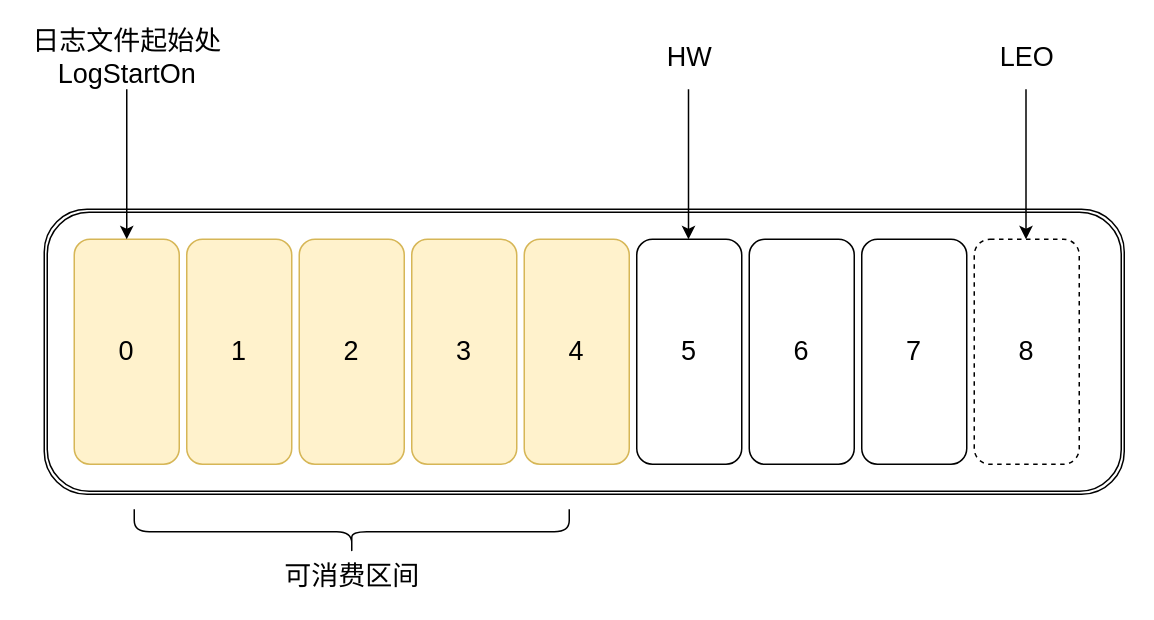
Earlier version of the draw.io diagram Kafka-partition1.drawio (gongshiyun/drawio). Source tidied: cells renumbered, new cells numbered last; positions are measured from the earlier drawing's top-left corner, leaving out a move shared by most shapes. Both pictures are drawn from the tidied source at 150%, with x=0, y=0 at pixel (26, 42).
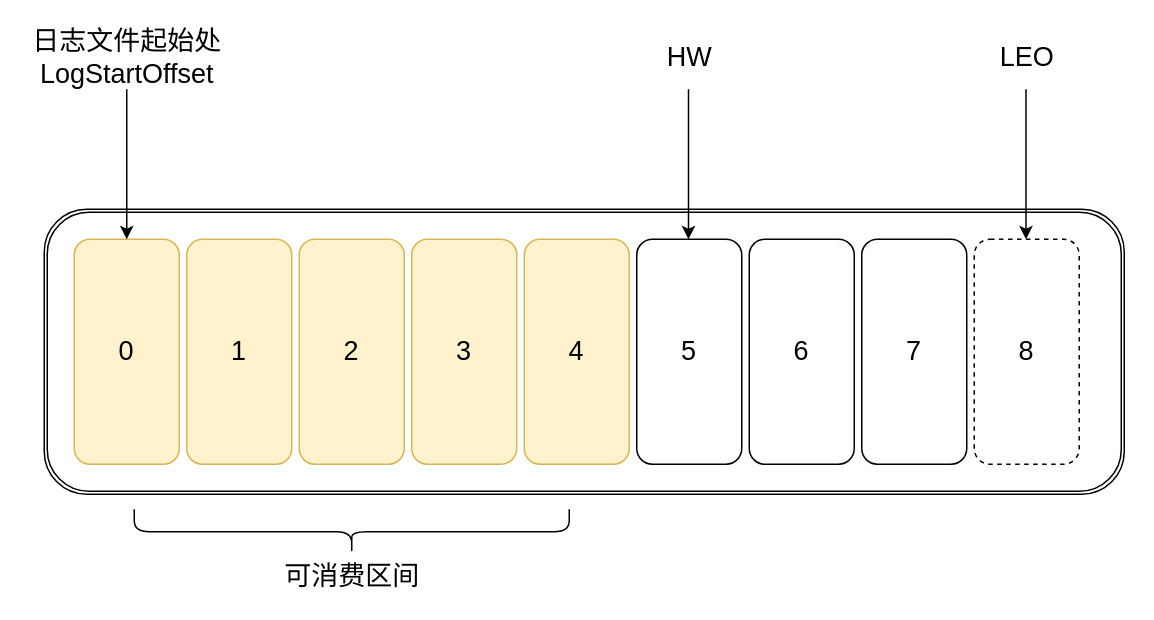
Above is the later version.

Change to the diagram source:
```diff
@@
-    <mxCell id="12" value="日志文件起始处&lt;br&gt;LogStartOn" style="text;html=1;strokeColor=none;fillColor=none;align=center;verticalAlign=middle;whiteSpace=wrap;rounded=0;fontSize=18;fontColor=#000000;" parent="1" vertex="1">
+    <mxCell id="12" value="日志文件起始处&lt;br&gt;LogStartOffset" style="text;html=1;strokeColor=none;fillColor=none;align=center;verticalAlign=middle;whiteSpace=wrap;rounded=0;fontSize=18;fontColor=#000000;" parent="1" vertex="1">
       <mxGeometry x="-0.5" width="135" height="20" as="geometry" />
     </mxCell>
```
